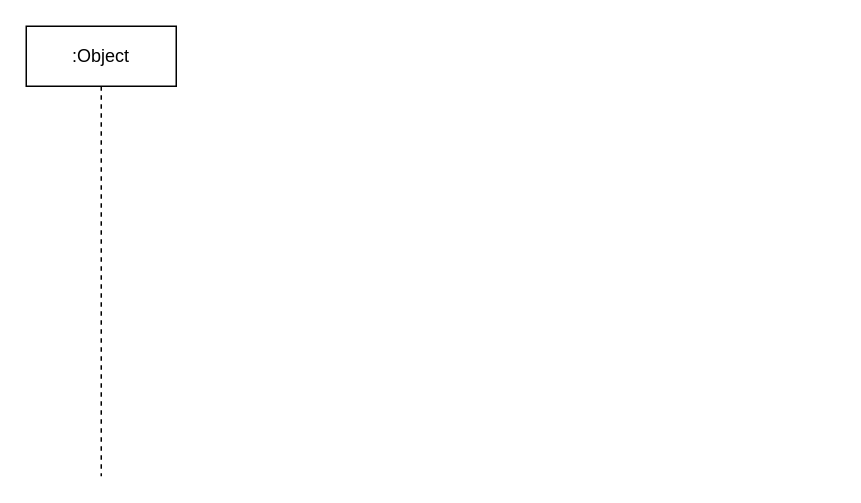
ab-doc/draw.io keeps this draw.io diagram as src/main/work/ncs/mall-sps.drawio. Above is the earlier version. Source tidied: cells renumbered, new cells numbered last; positions are measured from the earlier drawing's top-left corner, leaving out a move shared by most shapes. Both pictures are drawn from the tidied source at 150%, with x=0, y=0 at pixel (26, 26).
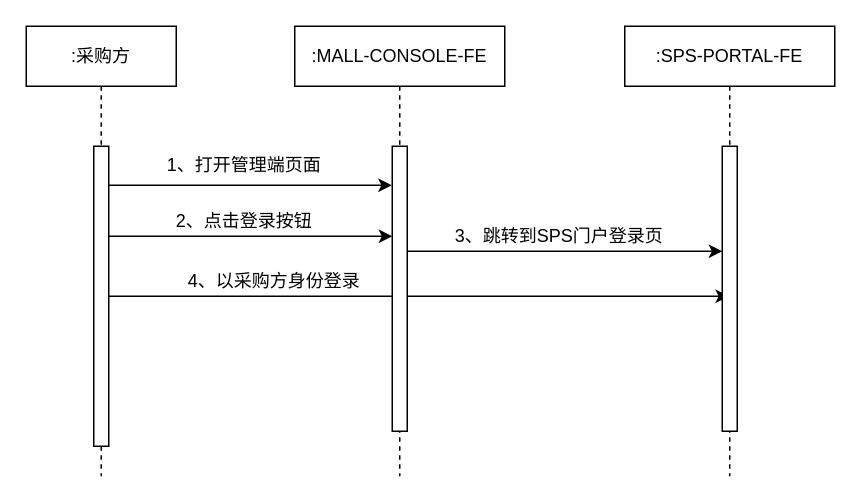
After the change.

Change to the diagram source:
```diff
@@
 <mxGraphModel>
   <root>
     <mxCell id="0" />
     <mxCell id="1" parent="0" />
+    <mxCell id="3" style="edgeStyle=elbowEdgeStyle;rounded=0;jettySize=auto;html=1;elbow=vertical;curved=0;entryX=-0.033;entryY=0.138;entryDx=0;entryDy=0;entryPerimeter=0;" parent="1" edge="1" source="2" target="8">
+      <mxGeometry relative="1" as="geometry" />
+    </mxCell>
+    <mxCell id="4" style="edgeStyle=elbowEdgeStyle;rounded=0;jettySize=auto;html=1;elbow=vertical;curved=0;" parent="1" edge="1" source="2" target="12">
+      <mxGeometry relative="1" as="geometry">
+        <Array as="points">
+          <mxPoint x="160" y="180" />
+        </Array>
+      </mxGeometry>
+    </mxCell>
-    <mxCell id="2" value=":Object" style="shape=umlLifeline;perimeter=lifelinePerimeter;whiteSpace=wrap;html=1;outlineConnect=0;portConstraint=eastwest;newEdgeStyle={&quot;edgeStyle&quot;:&quot;elbowEdgeStyle&quot;,&quot;elbow&quot;:&quot;vertical&quot;,&quot;curved&quot;:0,&quot;rounded&quot;:0};" parent="1" vertex="1">
+    <mxCell id="2" value=":采购方" style="shape=umlLifeline;perimeter=lifelinePerimeter;whiteSpace=wrap;html=1;outlineConnect=0;portConstraint=eastwest;newEdgeStyle={&quot;edgeStyle&quot;:&quot;elbowEdgeStyle&quot;,&quot;elbow&quot;:&quot;vertical&quot;,&quot;curved&quot;:0,&quot;rounded&quot;:0};" parent="1" vertex="1">
       <mxGeometry width="100" height="300" as="geometry" />
     </mxCell>
+    <mxCell id="5" style="html=1;points=[];perimeter=orthogonalPerimeter;outlineConnect=0;targetShapes=umlLifeline;portConstraint=eastwest;newEdgeStyle={&quot;edgeStyle&quot;:&quot;elbowEdgeStyle&quot;,&quot;elbow&quot;:&quot;vertical&quot;,&quot;curved&quot;:0,&quot;rounded&quot;:0};" parent="2" vertex="1">
+      <mxGeometry x="45" y="80" width="10" height="200" as="geometry" />
+    </mxCell>
+    <mxCell id="6" style="edgeStyle=elbowEdgeStyle;rounded=0;jettySize=auto;html=1;elbow=vertical;curved=0;" parent="1" edge="1" source="7" target="13">
+      <mxGeometry relative="1" as="geometry">
+        <Array as="points">
+          <mxPoint x="370" y="150" />
+        </Array>
+      </mxGeometry>
+    </mxCell>
+    <mxCell id="7" value=":MALL-CONSOLE-FE" style="shape=umlLifeline;perimeter=lifelinePerimeter;whiteSpace=wrap;html=1;outlineConnect=0;portConstraint=eastwest;newEdgeStyle={&quot;edgeStyle&quot;:&quot;elbowEdgeStyle&quot;,&quot;elbow&quot;:&quot;vertical&quot;,&quot;curved&quot;:0,&quot;rounded&quot;:0};" parent="1" vertex="1">
+      <mxGeometry x="179" width="140" height="300" as="geometry" />
+    </mxCell>
+    <mxCell id="8" style="html=1;points=[];perimeter=orthogonalPerimeter;outlineConnect=0;targetShapes=umlLifeline;portConstraint=eastwest;newEdgeStyle={&quot;edgeStyle&quot;:&quot;elbowEdgeStyle&quot;,&quot;elbow&quot;:&quot;vertical&quot;,&quot;curved&quot;:0,&quot;rounded&quot;:0};" parent="7" vertex="1">
+      <mxGeometry x="65" y="80" width="10" height="190" as="geometry" />
+    </mxCell>
+    <mxCell id="9" value="1、打开管理端页面" style="text;html=1;align=center;verticalAlign=middle;strokeColor=none;fillColor=none;" parent="1" vertex="1">
+      <mxGeometry x="80" y="78" width="130" height="30" as="geometry" />
+    </mxCell>
+    <mxCell id="10" style="edgeStyle=elbowEdgeStyle;rounded=0;jettySize=auto;html=1;elbow=vertical;curved=0;" parent="1" edge="1" source="5" target="8">
+      <mxGeometry relative="1" as="geometry">
+        <Array as="points">
+          <mxPoint x="150" y="140" />
+        </Array>
+      </mxGeometry>
+    </mxCell>
+    <mxCell id="11" value="2、点击登录按钮" style="text;html=1;align=center;verticalAlign=middle;strokeColor=none;fillColor=none;" parent="1" vertex="1">
+      <mxGeometry x="90" y="115" width="110" height="30" as="geometry" />
+    </mxCell>
+    <mxCell id="12" value=":SPS-PORTAL-FE" style="shape=umlLifeline;perimeter=lifelinePerimeter;whiteSpace=wrap;html=1;outlineConnect=0;portConstraint=eastwest;newEdgeStyle={&quot;edgeStyle&quot;:&quot;elbowEdgeStyle&quot;,&quot;elbow&quot;:&quot;vertical&quot;,&quot;curved&quot;:0,&quot;rounded&quot;:0};" parent="1" vertex="1">
+      <mxGeometry x="399" width="140" height="300" as="geometry" />
+    </mxCell>
+    <mxCell id="13" style="html=1;points=[];perimeter=orthogonalPerimeter;outlineConnect=0;targetShapes=umlLifeline;portConstraint=eastwest;newEdgeStyle={&quot;edgeStyle&quot;:&quot;elbowEdgeStyle&quot;,&quot;elbow&quot;:&quot;vertical&quot;,&quot;curved&quot;:0,&quot;rounded&quot;:0};" parent="12" vertex="1">
+      <mxGeometry x="65" y="80" width="10" height="190" as="geometry" />
+    </mxCell>
+    <mxCell id="14" value="3、跳转到SPS门户登录页" style="text;html=1;align=center;verticalAlign=middle;strokeColor=none;fillColor=none;" parent="1" vertex="1">
+      <mxGeometry x="275" y="125" width="160" height="30" as="geometry" />
+    </mxCell>
+    <mxCell id="15" value="4、以采购方身份登录" style="text;html=1;align=center;verticalAlign=middle;strokeColor=none;fillColor=none;" parent="1" vertex="1">
+      <mxGeometry x="95" y="155" width="140" height="30" as="geometry" />
+    </mxCell>
   </root>
 </mxGraphModel>
```
